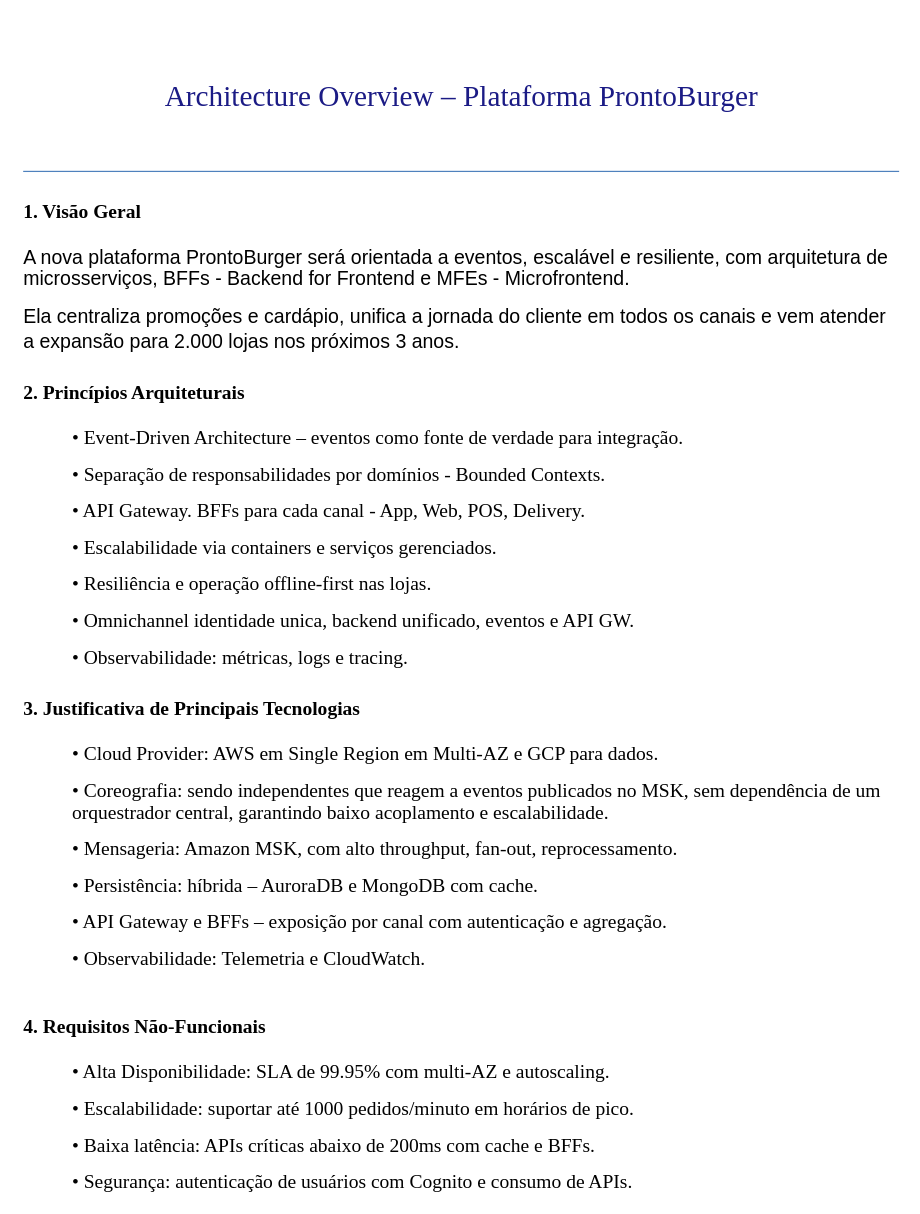
The draw.io diagram page "PB - Doc. de Arq." (7 of 9) of ProntoBurger.drawio in Rogpe-Prog/PBurger-Case, before the edit. Source tidied: cells renumbered, new cells numbered last; positions are measured from the earlier drawing's top-left corner, leaving out a move shared by most shapes. Both pictures are drawn from the tidied source at 122%, with x=0, y=0 at pixel (21, 21).
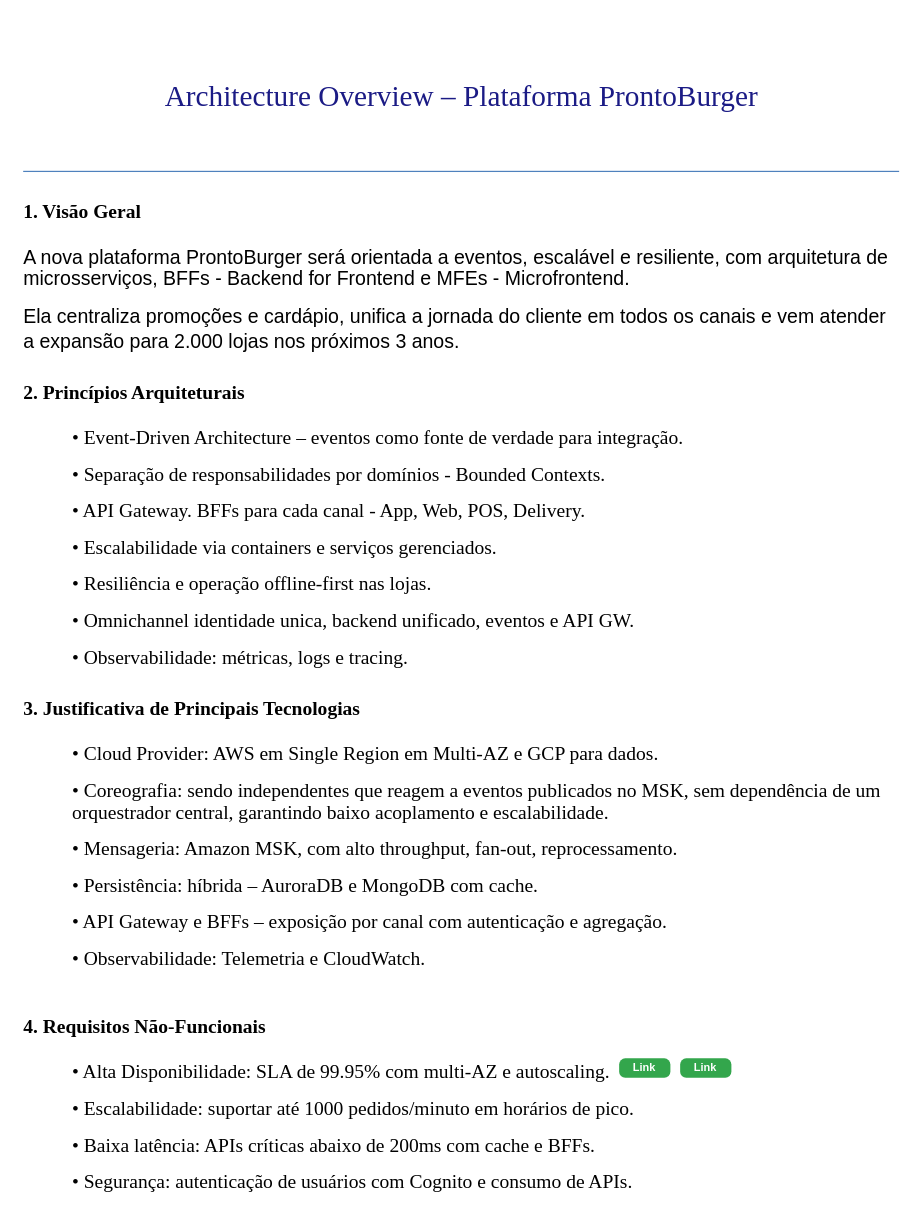
Above is the later version.

Diff of the diagram source:
```diff
@@
 <mxGraphModel>
   <root>
     <mxCell id="0" />
     <mxCell id="1" parent="0" />
     <mxCell id="2" value="&lt;div style=&quot;mso-element:para-border-div;border:none;border-bottom:solid #4F81BD 1.0pt;&lt;br/&gt;mso-border-bottom-themecolor:accent1;padding:0cm 0cm 4.0pt 0cm&quot;&gt;&lt;br&gt;&lt;br&gt;&lt;p style=&quot;text-align: center;&quot; class=&quot;MsoTitle&quot;&gt;&lt;span style=&quot;font-family: &amp;quot;Times New Roman&amp;quot;, serif;&quot;&gt;&lt;font style=&quot;font-size: 24px;&quot; color=&quot;#1b1b85&quot;&gt;Architecture Overview – Plataforma ProntoBurger&lt;/font&gt;&lt;/span&gt;&lt;/p&gt;&lt;br&gt;&lt;br&gt;&lt;/div&gt;&lt;h1&gt;&lt;span style=&quot;font-size:12.0pt;line-height:115%;font-family:&amp;quot;Times New Roman&amp;quot;,serif;&lt;br/&gt;mso-ansi-language:PT-BR&quot;&gt;1. Visão Geral&lt;/span&gt;&lt;/h1&gt;&lt;p class=&quot;MsoNormal&quot;&gt;&lt;span style=&quot;font-size:12.0pt;line-height:115%;font-family:&lt;br/&gt;&amp;quot;Times New Roman&amp;quot;,serif;mso-ansi-language:PT-BR&quot;&gt;A nova plataforma ProntoBurger&amp;nbsp;será orientada a eventos, escalável e resiliente, com arquitetura de&lt;br&gt;microsserviços, BFFs - Backend for Frontend e MFEs - Microfrontend.&amp;nbsp;&lt;/span&gt;&lt;/p&gt;&lt;p class=&quot;MsoNormal&quot;&gt;&lt;span style=&quot;font-size:12.0pt;line-height:115%;font-family:&lt;br/&gt;&amp;quot;Times New Roman&amp;quot;,serif;mso-ansi-language:PT-BR&quot;&gt;Ela&amp;nbsp;centraliza promoções e cardápio,&amp;nbsp;&lt;/span&gt;&lt;span style=&quot;font-size: 12pt; background-color: initial;&quot;&gt;unifica a jornada do cliente em todos os&amp;nbsp;&lt;/span&gt;&lt;span style=&quot;font-size: 12pt; background-color: initial;&quot;&gt;canais e vem atender a expansão para 2.000 lojas nos próximos 3 anos.&lt;/span&gt;&lt;/p&gt;&lt;h1&gt;&lt;span style=&quot;font-size:12.0pt;line-height:115%;font-family:&amp;quot;Times New Roman&amp;quot;,serif;&lt;br/&gt;mso-ansi-language:PT-BR&quot;&gt;2. Princípios Arquiteturais&lt;/span&gt;&lt;/h1&gt;&lt;blockquote style=&quot;margin: 0 0 0 40px; border: none; padding: 0px;&quot;&gt;&lt;p class=&quot;MsoNormal&quot; style=&quot;margin-bottom:0cm;line-height:normal&quot;&gt;&lt;span style=&quot;font-size:12.0pt;font-family:&amp;quot;Times New Roman&amp;quot;,serif;mso-ansi-language:&lt;br/&gt;PT-BR&quot;&gt;• Event-Driven Architecture – eventos como fonte de verdade para&amp;nbsp;integração.&lt;/span&gt;&lt;/p&gt;&lt;p class=&quot;MsoNormal&quot; style=&quot;margin-bottom:0cm;line-height:normal&quot;&gt;&lt;span style=&quot;font-size:12.0pt;font-family:&amp;quot;Times New Roman&amp;quot;,serif;mso-ansi-language:&lt;br/&gt;PT-BR&quot;&gt;• Separação de responsabilidades por domínios - Bounded Contexts.&lt;/span&gt;&lt;/p&gt;&lt;p class=&quot;MsoNormal&quot; style=&quot;margin-bottom:0cm;line-height:normal&quot;&gt;&lt;span style=&quot;font-size:12.0pt;font-family:&amp;quot;Times New Roman&amp;quot;,serif;mso-ansi-language:&lt;br/&gt;PT-BR&quot;&gt;• API Gateway. BFFs para cada canal - App, Web, POS, Delivery.&lt;/span&gt;&lt;/p&gt;&lt;p class=&quot;MsoNormal&quot; style=&quot;margin-bottom:0cm;line-height:normal&quot;&gt;&lt;span style=&quot;font-size:12.0pt;font-family:&amp;quot;Times New Roman&amp;quot;,serif;mso-ansi-language:&lt;br/&gt;PT-BR&quot;&gt;• Escalabilidade via containers e serviços gerenciados.&lt;/span&gt;&lt;/p&gt;&lt;p class=&quot;MsoNormal&quot; style=&quot;margin-bottom:0cm;line-height:normal&quot;&gt;&lt;span style=&quot;font-size:12.0pt;font-family:&amp;quot;Times New Roman&amp;quot;,serif;mso-ansi-language:&lt;br/&gt;PT-BR&quot;&gt;• Resiliência e operação offline-first nas lojas.&lt;/span&gt;&lt;/p&gt;&lt;p class=&quot;MsoNormal&quot; style=&quot;margin-bottom:0cm;line-height:normal&quot;&gt;&lt;span style=&quot;font-family: &amp;quot;Times New Roman&amp;quot;, serif; font-size: 16px;&quot;&gt;• Omnichannel identidade unica, backend unificado, eventos e API GW.&lt;/span&gt;&lt;span style=&quot;font-size:12.0pt;font-family:&amp;quot;Times New Roman&amp;quot;,serif;mso-ansi-language:&lt;br/&gt;PT-BR&quot;&gt;&lt;br&gt;&lt;/span&gt;&lt;/p&gt;&lt;p class=&quot;MsoNormal&quot; style=&quot;margin-bottom:0cm;line-height:normal&quot;&gt;&lt;span style=&quot;font-size:12.0pt;font-family:&amp;quot;Times New Roman&amp;quot;,serif;mso-ansi-language:&lt;br/&gt;PT-BR&quot;&gt;• Observabilidade: métricas, logs e tracing.&lt;/span&gt;&lt;/p&gt;&lt;/blockquote&gt;&lt;h1&gt;&lt;span style=&quot;font-size:12.0pt;line-height:115%;font-family:&amp;quot;Times New Roman&amp;quot;,serif;&lt;br/&gt;mso-ansi-language:PT-BR&quot;&gt;3. Justificativa de Principais Tecnologias&lt;/span&gt;&lt;/h1&gt;&lt;blockquote style=&quot;margin: 0 0 0 40px; border: none; padding: 0px;&quot;&gt;&lt;p class=&quot;MsoNormal&quot; style=&quot;margin-bottom:0cm;line-height:normal&quot;&gt;&lt;span style=&quot;font-size:12.0pt;font-family:&amp;quot;Times New Roman&amp;quot;,serif;mso-ansi-language:&lt;br/&gt;PT-BR&quot;&gt;• Cloud Provider: AWS em Single Region em Multi-AZ e GCP para dados.&lt;/span&gt;&lt;/p&gt;&lt;p class=&quot;MsoNormal&quot; style=&quot;margin-bottom:0cm;line-height:normal&quot;&gt;&lt;span style=&quot;font-family: &amp;quot;Times New Roman&amp;quot;, serif; font-size: 16px;&quot;&gt;•&amp;nbsp;&lt;/span&gt;&lt;span style=&quot;font-family: &amp;quot;Times New Roman&amp;quot;, serif; font-size: 16px;&quot;&gt;Coreografia: sendo independentes que reagem a eventos publicados no MSK, sem dependência de um orquestrador central, garantindo baixo acoplamento e escalabilidade.&lt;/span&gt;&lt;span style=&quot;font-family: &amp;quot;Times New Roman&amp;quot;, serif; font-size: 16px;&quot;&gt;&amp;nbsp;&lt;/span&gt;&lt;span style=&quot;font-size:12.0pt;font-family:&amp;quot;Times New Roman&amp;quot;,serif;mso-ansi-language:&lt;br/&gt;PT-BR&quot;&gt;&lt;br&gt;&lt;/span&gt;&lt;/p&gt;&lt;p class=&quot;MsoNormal&quot; style=&quot;margin-bottom:0cm;line-height:normal&quot;&gt;&lt;span lang=&quot;EN-US&quot; style=&quot;font-size:12.0pt;font-family:&amp;quot;Times New Roman&amp;quot;,serif&quot;&gt;•&amp;nbsp;Mensageria: Amazon MSK, com alto throughput, fan-out, reprocessamento.&lt;/span&gt;&lt;/p&gt;&lt;p class=&quot;MsoNormal&quot; style=&quot;margin-bottom:0cm;line-height:normal&quot;&gt;&lt;span style=&quot;font-size:12.0pt;font-family:&amp;quot;Times New Roman&amp;quot;,serif;mso-ansi-language:&lt;br/&gt;PT-BR&quot;&gt;• Persistência: híbrida – AuroraDB e MongoDB com cache.&lt;/span&gt;&lt;/p&gt;&lt;p class=&quot;MsoNormal&quot; style=&quot;margin-bottom:0cm;line-height:normal&quot;&gt;&lt;span style=&quot;font-size:12.0pt;font-family:&amp;quot;Times New Roman&amp;quot;,serif;mso-ansi-language:&lt;br/&gt;PT-BR&quot;&gt;• API Gateway e BFFs – exposição por canal com autenticação e agregação.&lt;/span&gt;&lt;/p&gt;&lt;p class=&quot;MsoNormal&quot; style=&quot;margin-bottom:0cm;line-height:normal&quot;&gt;&lt;span style=&quot;font-size:12.0pt;font-family:&amp;quot;Times New Roman&amp;quot;,serif;mso-ansi-language:&lt;br/&gt;PT-BR&quot;&gt;• Observabilidade: Telemetria e CloudWatch.&amp;nbsp;&lt;/span&gt;&lt;/p&gt;&lt;/blockquote&gt;&lt;br&gt;&lt;h1&gt;&lt;span style=&quot;font-size:12.0pt;line-height:115%;font-family:&amp;quot;Times New Roman&amp;quot;,serif;&lt;br/&gt;mso-ansi-language:PT-BR&quot;&gt;4. Requisitos Não-Funcionais&lt;/span&gt;&lt;/h1&gt;&lt;blockquote style=&quot;margin: 0 0 0 40px; border: none; padding: 0px;&quot;&gt;&lt;p class=&quot;MsoNormal&quot; style=&quot;margin-bottom:0cm;line-height:normal&quot;&gt;&lt;span style=&quot;font-size:12.0pt;font-family:&amp;quot;Times New Roman&amp;quot;,serif;mso-ansi-language:&lt;br/&gt;PT-BR&quot;&gt;• Alta Disponibilidade: SLA de 99.95% com multi-AZ e autoscaling.&lt;/span&gt;&lt;/p&gt;&lt;p class=&quot;MsoNormal&quot; style=&quot;margin-bottom:0cm;line-height:normal&quot;&gt;&lt;span style=&quot;font-size:12.0pt;font-family:&amp;quot;Times New Roman&amp;quot;,serif;mso-ansi-language:&lt;br/&gt;PT-BR&quot;&gt;• Escalabilidade: suportar até 1000 pedidos/minuto em horários de pico.&lt;/span&gt;&lt;/p&gt;&lt;p class=&quot;MsoNormal&quot; style=&quot;margin-bottom:0cm;line-height:normal&quot;&gt;&lt;span style=&quot;font-size:12.0pt;font-family:&amp;quot;Times New Roman&amp;quot;,serif;mso-ansi-language:&lt;br/&gt;PT-BR&quot;&gt;• Baixa latência: APIs críticas abaixo de 200ms com cache e BFFs.&lt;/span&gt;&lt;/p&gt;&lt;p class=&quot;MsoNormal&quot; style=&quot;margin-bottom:0cm;line-height:normal&quot;&gt;&lt;span style=&quot;font-size:12.0pt;font-family:&amp;quot;Times New Roman&amp;quot;,serif;mso-ansi-language:&lt;br/&gt;PT-BR&quot;&gt;• Segurança: autenticação de usuários com Cognito e consumo de APIs&lt;/span&gt;&lt;span style=&quot;font-family: &amp;quot;Times New Roman&amp;quot;, serif; font-size: 12pt; background-color: initial;&quot;&gt;.&lt;/span&gt;&lt;/p&gt;&lt;/blockquote&gt;" style="text;html=1;align=left;verticalAlign=top;whiteSpace=wrap;rounded=0;fillColor=default;" parent="1" vertex="1">
       <mxGeometry width="720" height="960" as="geometry" />
     </mxCell>
+    <mxCell id="3" value="Link" style="html=1;shadow=0;dashed=0;shape=mxgraph.bootstrap.rrect;rSize=5;strokeColor=none;strokeWidth=1;fillColor=#33A64C;fontColor=#FFFFFF;whiteSpace=wrap;align=center;verticalAlign=middle;spacingLeft=0;fontStyle=1;fontSize=9;spacing=5;" parent="1" vertex="1">
+      <mxGeometry x="490" y="850" width="42" height="16" as="geometry" />
+    </mxCell>
+    <mxCell id="4" value="Link" style="html=1;shadow=0;dashed=0;shape=mxgraph.bootstrap.rrect;rSize=5;strokeColor=none;strokeWidth=1;fillColor=#33A64C;fontColor=#FFFFFF;whiteSpace=wrap;align=center;verticalAlign=middle;spacingLeft=0;fontStyle=1;fontSize=9;spacing=5;" parent="1" vertex="1">
+      <mxGeometry x="540" y="850" width="42" height="16" as="geometry" />
+    </mxCell>
   </root>
 </mxGraphModel>
```
